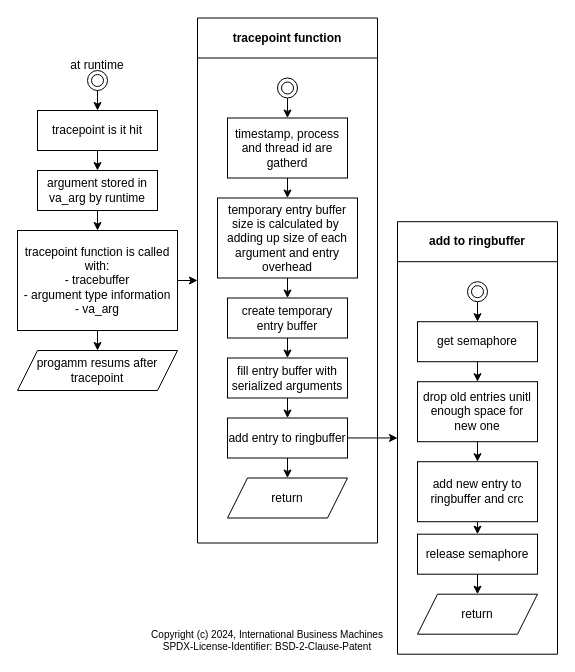
Earlier version of the draw.io diagram docs/diagrams/clltk_flow_tracepoint_runtime.drawio (IBM/CommonLowLevelTracingKit). Source tidied: cells renumbered, new cells numbered last; positions are measured from the earlier drawing's top-left corner, leaving out a move shared by most shapes. Both pictures are drawn from the tidied source at 100%, with x=0, y=0 at pixel (17, 18).
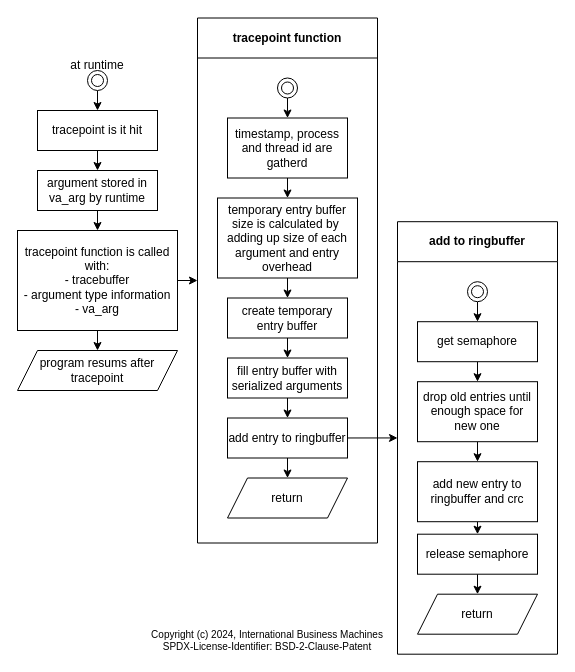
The same diagram, later.

The change refers to these unchanged cells:
```xml
<mxCell id="27" value="add to ringbuffer" style="swimlane;whiteSpace=wrap;html=1;startSize=40;" parent="1" vertex="1">
  <mxGeometry x="380" y="203.2" width="160" height="432.5" as="geometry" />
</mxCell>
```

The edit, as a diff of the source:
```diff
@@
-    <mxCell id="26" value="progamm resums after tracepoint" style="shape=parallelogram;perimeter=parallelogramPerimeter;whiteSpace=wrap;html=1;fixedSize=1;" parent="1" vertex="1">
+    <mxCell id="26" value="program resums after tracepoint" style="shape=parallelogram;perimeter=parallelogramPerimeter;whiteSpace=wrap;html=1;fixedSize=1;" parent="1" vertex="1">
       <mxGeometry y="332" width="160" height="40" as="geometry" />
     </mxCell>
@@
-    <mxCell id="33" value="drop old entries unitl enough space for new one" style="rounded=0;whiteSpace=wrap;html=1;" parent="27" vertex="1">
+    <mxCell id="33" value="drop old entries until enough space for new one" style="rounded=0;whiteSpace=wrap;html=1;" parent="27" vertex="1">
       <mxGeometry x="20" y="160" width="120" height="60" as="geometry" />
     </mxCell>
```
